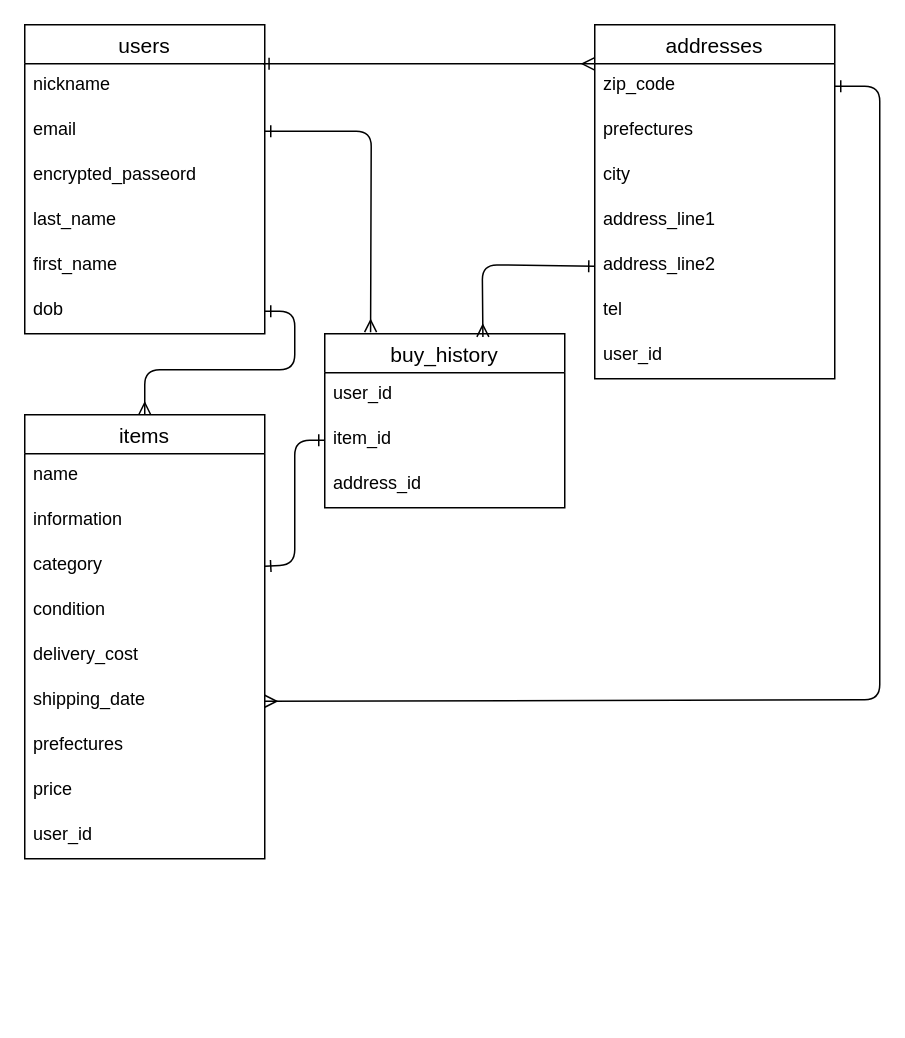
Earlier version of the draw.io diagram furima.dio (komachihashimoto/furima-_39946). Source tidied: cells renumbered, new cells numbered last; positions are measured from the earlier drawing's top-left corner, leaving out a move shared by most shapes. Both pictures are drawn from the tidied source at 150%, with x=0, y=0 at pixel (24, 24).
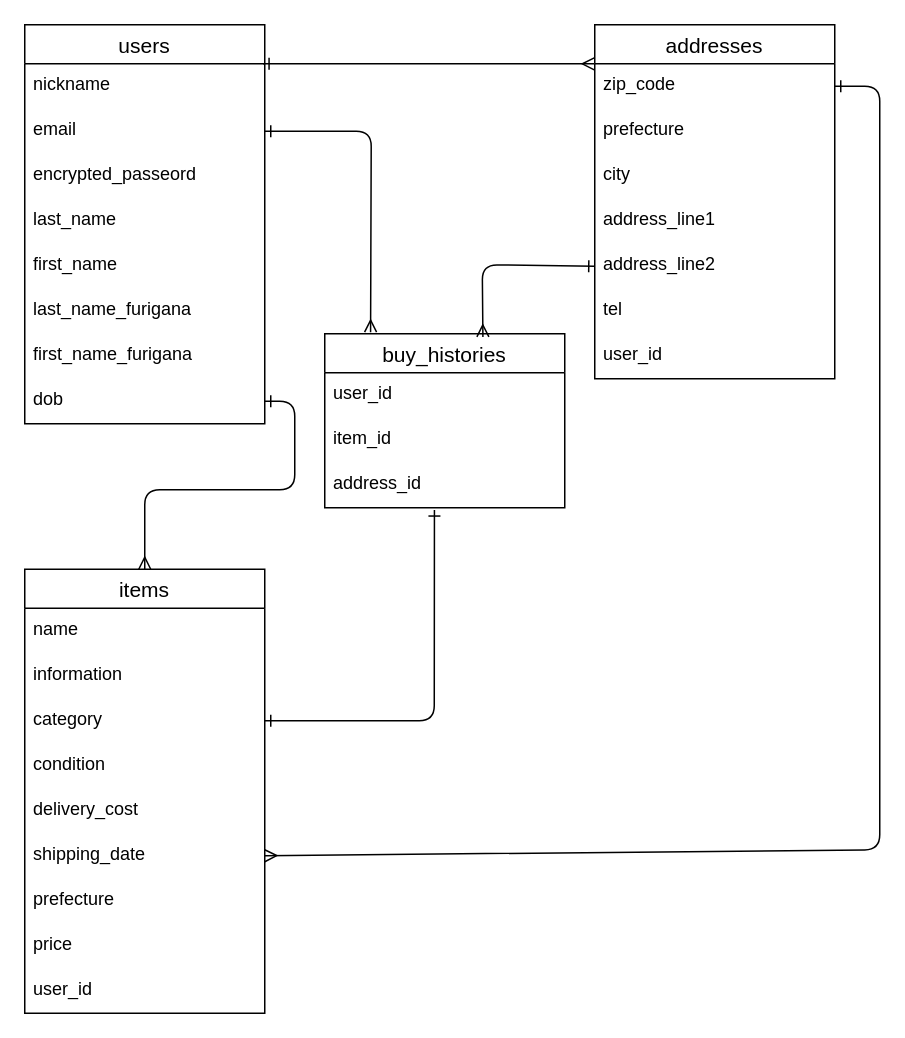
The same page after the edit.

Commit message (it also covers changes not shown here):
db設計の修正3

Unchanged cells that the change refers to:
```xml
<mxCell id="12" value="category" style="text;strokeColor=none;fillColor=none;spacingLeft=4;spacingRight=4;overflow=hidden;points=[[0,0.5],[1,0.5]];portConstraint=eastwest;fontSize=12;" parent="9" vertex="1">
  <mxGeometry y="86" width="160" height="30" as="geometry" />
</mxCell>
<mxCell id="15" value="shipping_date" style="text;strokeColor=none;fillColor=none;spacingLeft=4;spacingRight=4;overflow=hidden;points=[[0,0.5],[1,0.5]];portConstraint=eastwest;fontSize=12;" parent="9" vertex="1">
  <mxGeometry y="176" width="160" height="30" as="geometry" />
</mxCell>
<mxCell id="21" value="item_id" style="text;strokeColor=none;fillColor=none;spacingLeft=4;spacingRight=4;overflow=hidden;points=[[0,0.5],[1,0.5]];portConstraint=eastwest;fontSize=12;" parent="19" vertex="1">
  <mxGeometry y="56" width="160" height="30" as="geometry" />
</mxCell>
<mxCell id="22" value="address_id" style="text;strokeColor=none;fillColor=none;spacingLeft=4;spacingRight=4;overflow=hidden;points=[[0,0.5],[1,0.5]];portConstraint=eastwest;fontSize=12;" parent="19" vertex="1">
  <mxGeometry y="86" width="160" height="30" as="geometry" />
</mxCell>
<mxCell id="23" value="addresses" style="swimlane;fontStyle=0;horizontal=1;startSize=26;align=center;fontSize=14;" parent="1" vertex="1">
  <mxGeometry x="380" width="160" height="236" as="geometry" />
</mxCell>
<mxCell id="24" value="zip_code" style="text;strokeColor=none;fillColor=none;spacingLeft=4;spacingRight=4;overflow=hidden;points=[[0,0.5],[1,0.5]];portConstraint=eastwest;fontSize=12;" parent="23" vertex="1">
  <mxGeometry y="26" width="160" height="30" as="geometry" />
</mxCell>
```

What changed in the source:
```diff
@@
     <mxCell id="2" value="users" style="swimlane;fontStyle=0;horizontal=1;startSize=26;align=center;fontSize=14;" parent="1" vertex="1">
-      <mxGeometry width="160" height="206" as="geometry" />
+      <mxGeometry width="160" height="266" as="geometry" />
     </mxCell>
@@
+    <mxCell id="37" value="last_name_furigana" style="text;strokeColor=none;fillColor=none;spacingLeft=4;spacingRight=4;overflow=hidden;fontSize=12;" parent="2" vertex="1">
+      <mxGeometry y="176" width="160" height="30" as="geometry" />
+    </mxCell>
+    <mxCell id="38" value="first_name_furigana" style="text;strokeColor=none;fillColor=none;spacingLeft=4;spacingRight=4;overflow=hidden;fontSize=12;" parent="2" vertex="1">
+      <mxGeometry y="206" width="160" height="30" as="geometry" />
+    </mxCell>
     <mxCell id="8" value="dob" style="text;strokeColor=none;fillColor=none;spacingLeft=4;spacingRight=4;overflow=hidden;points=[[0,0.5],[1,0.5]];portConstraint=eastwest;fontSize=12;" parent="2" vertex="1">
-      <mxGeometry y="176" width="160" height="30" as="geometry" />
+      <mxGeometry y="236" width="160" height="30" as="geometry" />
     </mxCell>
     <mxCell id="9" value="items" style="swimlane;fontStyle=0;horizontal=1;startSize=26;align=center;fontSize=14;" parent="1" vertex="1">
-      <mxGeometry y="260" width="160" height="296" as="geometry" />
+      <mxGeometry y="363" width="160" height="296" as="geometry" />
     </mxCell>
@@
-    <mxCell id="16" value="prefectures" style="text;strokeColor=none;fillColor=none;spacingLeft=4;spacingRight=4;overflow=hidden;fontSize=12;" parent="9" vertex="1">
+    <mxCell id="16" value="prefecture" style="text;strokeColor=none;fillColor=none;spacingLeft=4;spacingRight=4;overflow=hidden;fontSize=12;" parent="9" vertex="1">
       <mxGeometry y="206" width="160" height="30" as="geometry" />
     </mxCell>
@@
-    <mxCell id="19" value="buy_history" style="swimlane;fontStyle=0;horizontal=1;startSize=26;align=center;fontSize=14;" parent="1" vertex="1">
+    <mxCell id="19" value="buy_histories" style="swimlane;fontStyle=0;horizontal=1;startSize=26;align=center;fontSize=14;" parent="1" vertex="1">
       <mxGeometry x="200" y="206" width="160" height="116" as="geometry" />
     </mxCell>
@@
-    <mxCell id="25" value="prefectures" style="text;strokeColor=none;fillColor=none;spacingLeft=4;spacingRight=4;overflow=hidden;fontSize=12;" parent="23" vertex="1">
+    <mxCell id="25" value="prefecture" style="text;strokeColor=none;fillColor=none;spacingLeft=4;spacingRight=4;overflow=hidden;fontSize=12;" parent="23" vertex="1">
       <mxGeometry y="56" width="160" height="30" as="geometry" />
     </mxCell>
@@
     <mxCell id="33" style="edgeStyle=none;html=1;exitX=1;exitY=0.5;exitDx=0;exitDy=0;entryX=1;entryY=0.5;entryDx=0;entryDy=0;startArrow=ERone;startFill=0;endArrow=ERmany;endFill=0;" parent="1" edge="1" source="24" target="15">
       <mxGeometry relative="1" as="geometry">
         <Array as="points">
           <mxPoint x="570" y="41" />
-          <mxPoint x="570" y="450" />
+          <mxPoint x="570" y="550" />
         </Array>
       </mxGeometry>
     </mxCell>
     <mxCell id="34" style="edgeStyle=none;html=1;exitX=1;exitY=0.5;exitDx=0;exitDy=0;entryX=0.5;entryY=0;entryDx=0;entryDy=0;startArrow=ERone;startFill=0;endArrow=ERmany;endFill=0;" parent="1" edge="1" source="8" target="9">
       <mxGeometry relative="1" as="geometry">
         <Array as="points">
-          <mxPoint x="180" y="191" />
-          <mxPoint x="180" y="230" />
-          <mxPoint x="80" y="230" />
+          <mxPoint x="180" y="251" />
+          <mxPoint x="180" y="310" />
+          <mxPoint x="80" y="310" />
         </Array>
       </mxGeometry>
     </mxCell>
@@
-    <mxCell id="36" style="edgeStyle=none;html=1;exitX=1;exitY=0.5;exitDx=0;exitDy=0;entryX=0;entryY=0.5;entryDx=0;entryDy=0;startArrow=ERone;startFill=0;endArrow=ERone;endFill=0;" parent="1" edge="1" source="12" target="21">
+    <mxCell id="36" style="edgeStyle=none;html=1;exitX=1;exitY=0.5;exitDx=0;exitDy=0;entryX=0.457;entryY=1.051;entryDx=0;entryDy=0;startArrow=ERone;startFill=0;endArrow=ERone;endFill=0;entryPerimeter=0;" parent="1" edge="1" source="12" target="22">
       <mxGeometry relative="1" as="geometry">
         <Array as="points">
-          <mxPoint x="180" y="360" />
-          <mxPoint x="180" y="277" />
+          <mxPoint x="273" y="464" />
         </Array>
       </mxGeometry>
     </mxCell>
```
